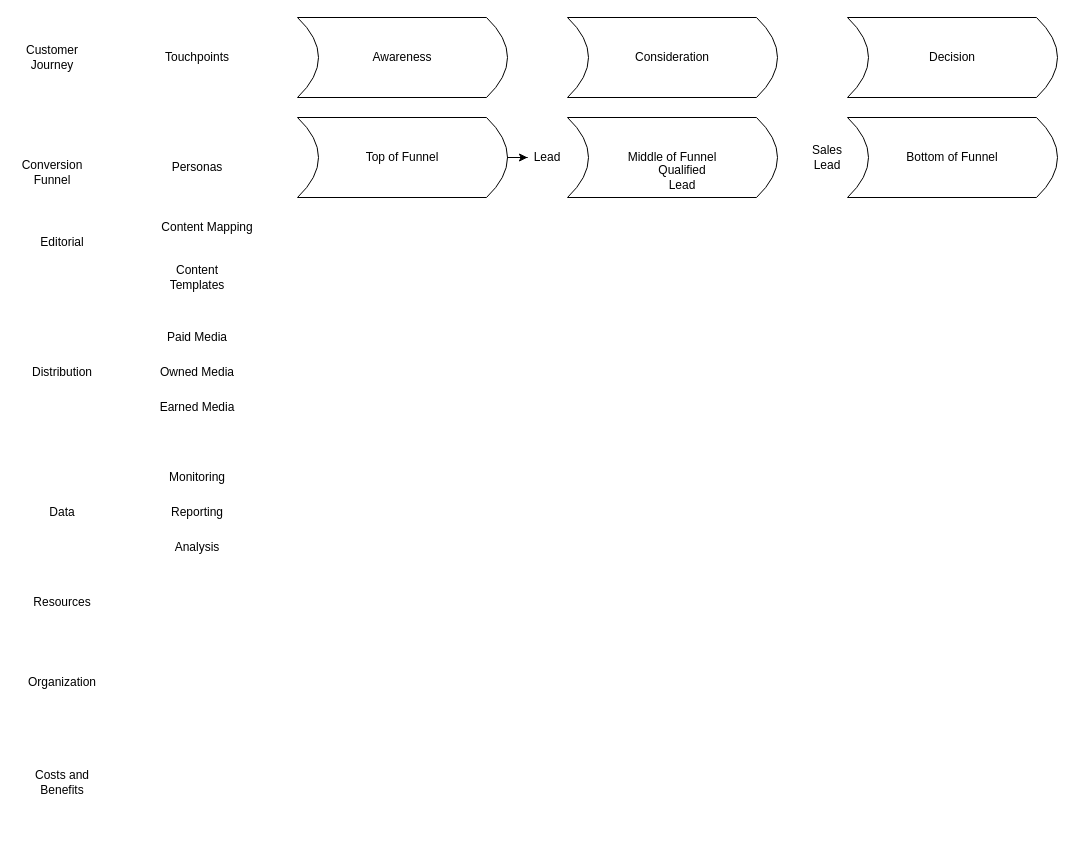
The draw.io diagram Copy of Untitled Diagram.drawio in heinzwittenbrink/slides-intro2contentmarketing, before the edit. Source tidied: cells renumbered, new cells numbered last; positions are measured from the earlier drawing's top-left corner, leaving out a move shared by most shapes. Both pictures are drawn from the tidied source at 100%, with x=0, y=0 at pixel (17, 17).
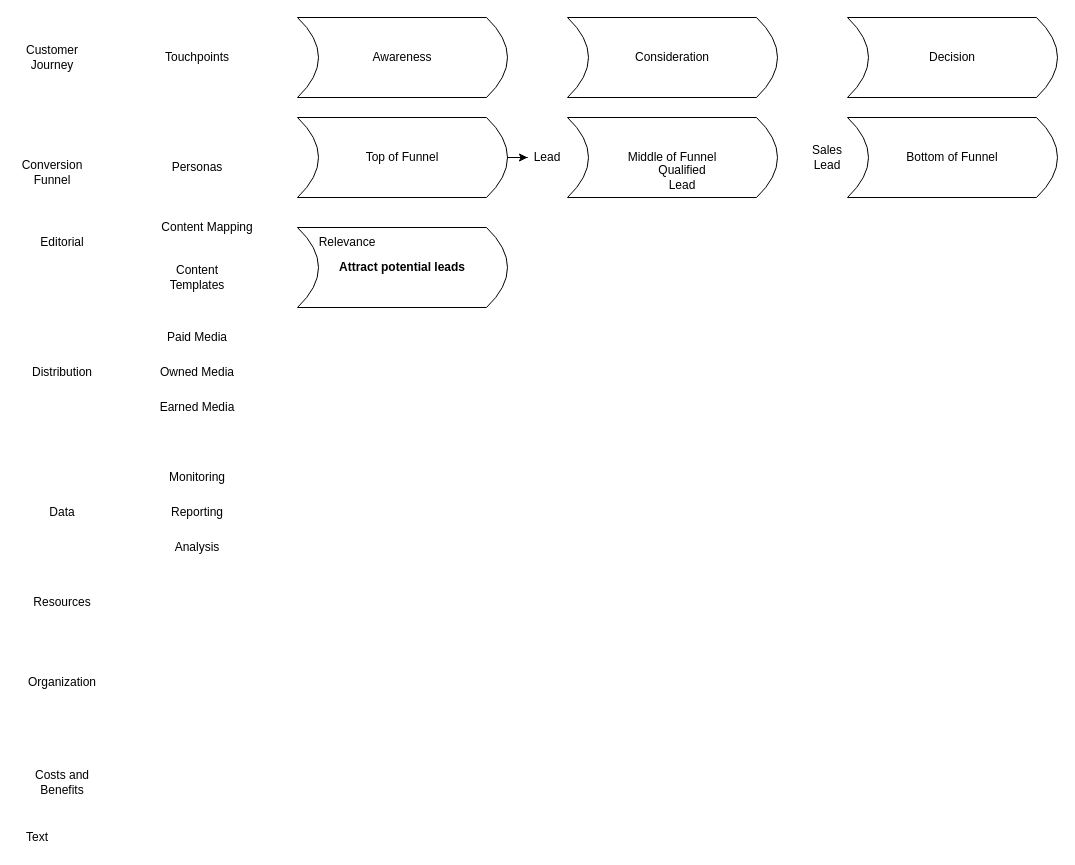
After the change.

The edit, as a diff of the source:
```diff
@@
+    <mxCell id="31" value="&lt;b&gt;Attract potential leads&lt;/b&gt;" style="shape=dataStorage;whiteSpace=wrap;html=1;direction=west;" parent="1" vertex="1">
+      <mxGeometry x="280" y="210" width="210" height="80" as="geometry" />
+    </mxCell>
+    <mxCell id="32" value="Text" style="text;html=1;strokeColor=none;fillColor=none;align=center;verticalAlign=middle;whiteSpace=wrap;rounded=0;" parent="1" vertex="1">
+      <mxGeometry y="810" width="40" height="20" as="geometry" />
+    </mxCell>
+    <mxCell id="33" value="&lt;div&gt;Relevance&lt;/div&gt;" style="text;html=1;strokeColor=none;fillColor=none;align=center;verticalAlign=middle;whiteSpace=wrap;rounded=0;" parent="1" vertex="1">
+      <mxGeometry x="310" y="215" width="40" height="20" as="geometry" />
+    </mxCell>
```
